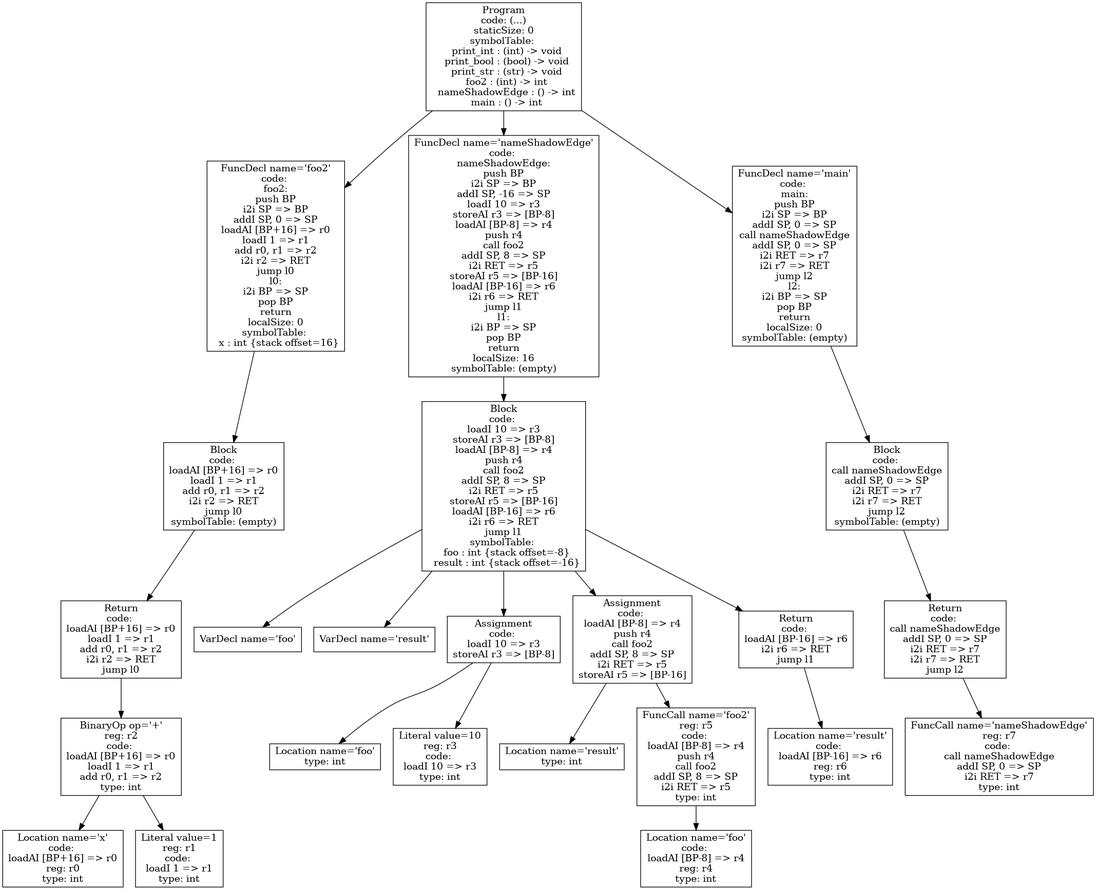
This is p4-codegen/iloc-tree.png from purejerome/cs432_project, a Graphviz export, as it was before one commit. Its source is kept beside it as p4-codegen/iloc-tree.dot. Source of this version:
```dot
digraph AST {
5 [shape=box, label="Location name='x'\ncode: \nloadAI [BP+16] => r0\nreg: r0\ntype: int"];
6 [shape=box, label="Literal value=1\nreg: r1\ncode: \nloadI 1 => r1\ntype: int"];
4 [shape=box, label="BinaryOp op='+'\nreg: r2\ncode: \nloadAI [BP+16] => r0\nloadI 1 => r1\nadd r0, r1 => r2\ntype: int"];
4 -> 5;
4 -> 6;
3 [shape=box, label="Return\ncode: \nloadAI [BP+16] => r0\nloadI 1 => r1\nadd r0, r1 => r2\ni2i r2 => RET\njump l0"];
3 -> 4;
2 [shape=box, label="Block\ncode: \nloadAI [BP+16] => r0\nloadI 1 => r1\nadd r0, r1 => r2\ni2i r2 => RET\njump l0\nsymbolTable: (empty)"];
2 -> 3;
1 [shape=box, label="FuncDecl name='foo2'\ncode: \nfoo2:\npush BP\ni2i SP => BP\naddI SP, 0 => SP\nloadAI [BP+16] => r0\nloadI 1 => r1\nadd r0, r1 => r2\ni2i r2 => RET\njump l0\nl0:\ni2i BP => SP\npop BP\nreturn\nlocalSize: 0\nsymbolTable: \n  x : int {stack offset=16}"];
1 -> 2;
9 [shape=box, label="VarDecl name='foo'"];
10 [shape=box, label="VarDecl name='result'"];
12 [shape=box, label="Location name='foo'\ntype: int"];
13 [shape=box, label="Literal value=10\nreg: r3\ncode: \nloadI 10 => r3\ntype: int"];
11 [shape=box, label="Assignment\ncode: \nloadI 10 => r3\nstoreAI r3 => [BP-8]"];
11 -> 12;
11 -> 13;
15 [shape=box, label="Location name='result'\ntype: int"];
17 [shape=box, label="Location name='foo'\ncode: \nloadAI [BP-8] => r4\nreg: r4\ntype: int"];
16 [shape=box, label="FuncCall name='foo2'\nreg: r5\ncode: \nloadAI [BP-8] => r4\npush r4\ncall foo2\naddI SP, 8 => SP\ni2i RET => r5\ntype: int"];
16 -> 17;
14 [shape=box, label="Assignment\ncode: \nloadAI [BP-8] => r4\npush r4\ncall foo2\naddI SP, 8 => SP\ni2i RET => r5\nstoreAI r5 => [BP-16]"];
14 -> 15;
14 -> 16;
19 [shape=box, label="Location name='result'\ncode: \nloadAI [BP-16] => r6\nreg: r6\ntype: int"];
18 [shape=box, label="Return\ncode: \nloadAI [BP-16] => r6\ni2i r6 => RET\njump l1"];
18 -> 19;
8 [shape=box, label="Block\ncode: \nloadI 10 => r3\nstoreAI r3 => [BP-8]\nloadAI [BP-8] => r4\npush r4\ncall foo2\naddI SP, 8 => SP\ni2i RET => r5\nstoreAI r5 => [BP-16]\nloadAI [BP-16] => r6\ni2i r6 => RET\njump l1\nsymbolTable: \n  foo : int {stack offset=-8}\n  result : int {stack offset=-16}"];
8 -> 9;
8 -> 10;
8 -> 11;
8 -> 14;
8 -> 18;
7 [shape=box, label="FuncDecl name='nameShadowEdge'\ncode: \nnameShadowEdge:\npush BP\ni2i SP => BP\naddI SP, -16 => SP\nloadI 10 => r3\nstoreAI r3 => [BP-8]\nloadAI [BP-8] => r4\npush r4\ncall foo2\naddI SP, 8 => SP\ni2i RET => r5\nstoreAI r5 => [BP-16]\nloadAI [BP-16] => r6\ni2i r6 => RET\njump l1\nl1:\ni2i BP => SP\npop BP\nreturn\nlocalSize: 16\nsymbolTable: (empty)"];
7 -> 8;
23 [shape=box, label="FuncCall name='nameShadowEdge'\nreg: r7\ncode: \ncall nameShadowEdge\naddI SP, 0 => SP\ni2i RET => r7\ntype: int"];
22 [shape=box, label="Return\ncode: \ncall nameShadowEdge\naddI SP, 0 => SP\ni2i RET => r7\ni2i r7 => RET\njump l2"];
22 -> 23;
21 [shape=box, label="Block\ncode: \ncall nameShadowEdge\naddI SP, 0 => SP\ni2i RET => r7\ni2i r7 => RET\njump l2\nsymbolTable: (empty)"];
21 -> 22;
20 [shape=box, label="FuncDecl name='main'\ncode: \nmain:\npush BP\ni2i SP => BP\naddI SP, 0 => SP\ncall nameShadowEdge\naddI SP, 0 => SP\ni2i RET => r7\ni2i r7 => RET\njump l2\nl2:\ni2i BP => SP\npop BP\nreturn\nlocalSize: 0\nsymbolTable: (empty)"];
20 -> 21;
0 [shape=box, label="Program\ncode: (...)\nstaticSize: 0\nsymbolTable: \n  print_int : (int) -> void\n  print_bool : (bool) -> void\n  print_str : (str) -> void\n  foo2 : (int) -> int\n  nameShadowEdge : () -> int\n  main : () -> int"];
0 -> 1;
0 -> 7;
0 -> 20;
}
```
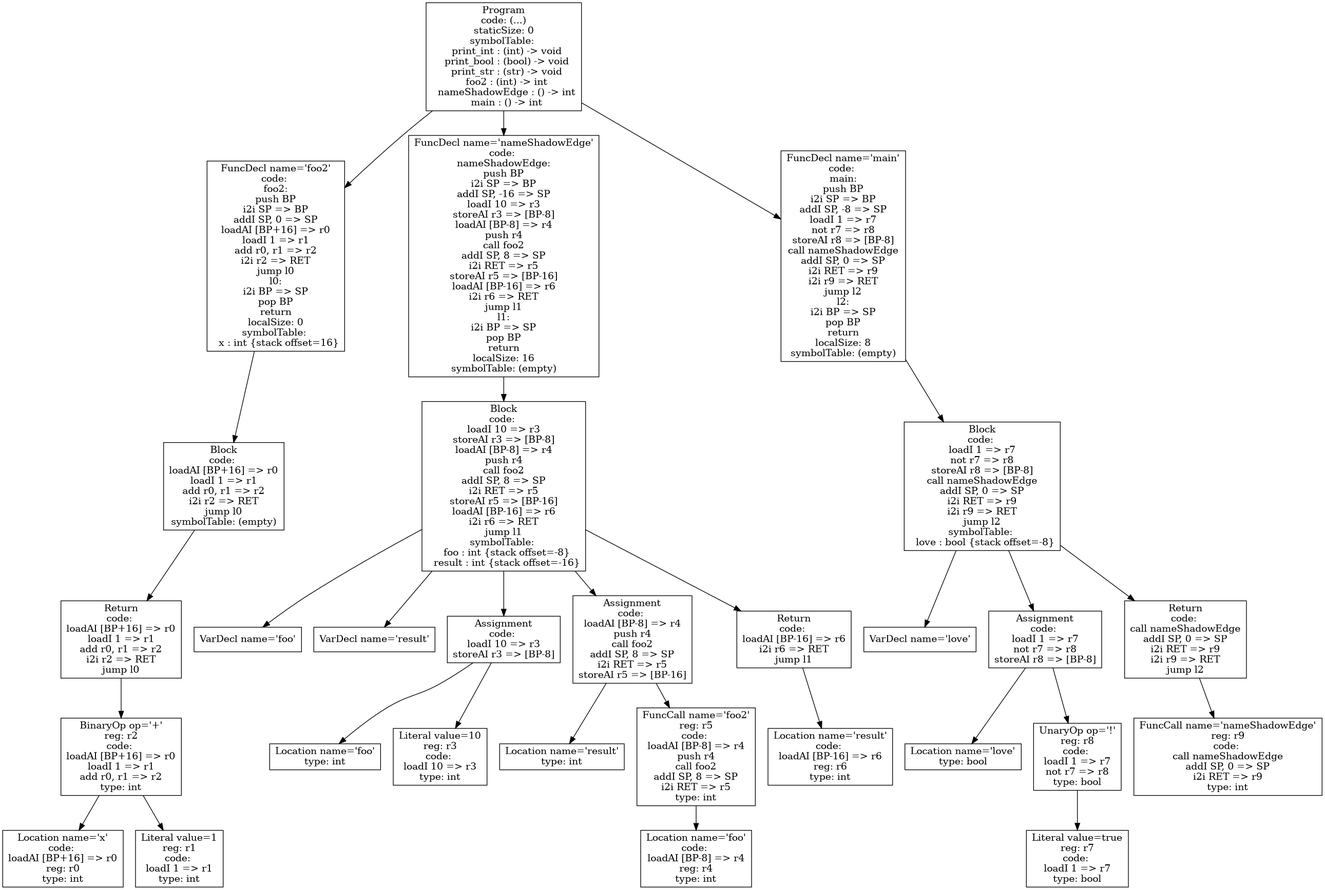
The same file after the commit.

The edit, as a diff of the source:
```diff
@@ -35,12 +35,22 @@
 8 -> 18;
 7 [shape=box, label="FuncDecl name='nameShadowEdge'\ncode: \nnameShadowEdge:\npush BP\ni2i SP => BP\naddI SP, -16 => SP\nloadI 10 => r3\nstoreAI r3 => [BP-8]\nloadAI [BP-8] => r4\npush r4\ncall foo2\naddI SP, 8 => SP\ni2i RET => r5\nstoreAI r5 => [BP-16]\nloadAI [BP-16] => r6\ni2i r6 => RET\njump l1\nl1:\ni2i BP => SP\npop BP\nreturn\nlocalSize: 16\nsymbolTable: (empty)"];
 7 -> 8;
-23 [shape=box, label="FuncCall name='nameShadowEdge'\nreg: r7\ncode: \ncall nameShadowEdge\naddI SP, 0 => SP\ni2i RET => r7\ntype: int"];
-22 [shape=box, label="Return\ncode: \ncall nameShadowEdge\naddI SP, 0 => SP\ni2i RET => r7\ni2i r7 => RET\njump l2"];
-22 -> 23;
-21 [shape=box, label="Block\ncode: \ncall nameShadowEdge\naddI SP, 0 => SP\ni2i RET => r7\ni2i r7 => RET\njump l2\nsymbolTable: (empty)"];
+22 [shape=box, label="VarDecl name='love'"];
+24 [shape=box, label="Location name='love'\ntype: bool"];
+26 [shape=box, label="Literal value=true\nreg: r7\ncode: \nloadI 1 => r7\ntype: bool"];
+25 [shape=box, label="UnaryOp op='!'\nreg: r8\ncode: \nloadI 1 => r7\nnot r7 => r8\ntype: bool"];
+25 -> 26;
+23 [shape=box, label="Assignment\ncode: \nloadI 1 => r7\nnot r7 => r8\nstoreAI r8 => [BP-8]"];
+23 -> 24;
+23 -> 25;
+28 [shape=box, label="FuncCall name='nameShadowEdge'\nreg: r9\ncode: \ncall nameShadowEdge\naddI SP, 0 => SP\ni2i RET => r9\ntype: int"];
+27 [shape=box, label="Return\ncode: \ncall nameShadowEdge\naddI SP, 0 => SP\ni2i RET => r9\ni2i r9 => RET\njump l2"];
+27 -> 28;
+21 [shape=box, label="Block\ncode: \nloadI 1 => r7\nnot r7 => r8\nstoreAI r8 => [BP-8]\ncall nameShadowEdge\naddI SP, 0 => SP\ni2i RET => r9\ni2i r9 => RET\njump l2\nsymbolTable: \n  love : bool {stack offset=-8}"];
 21 -> 22;
-20 [shape=box, label="FuncDecl name='main'\ncode: \nmain:\npush BP\ni2i SP => BP\naddI SP, 0 => SP\ncall nameShadowEdge\naddI SP, 0 => SP\ni2i RET => r7\ni2i r7 => RET\njump l2\nl2:\ni2i BP => SP\npop BP\nreturn\nlocalSize: 0\nsymbolTable: (empty)"];
+21 -> 23;
+21 -> 27;
+20 [shape=box, label="FuncDecl name='main'\ncode: \nmain:\npush BP\ni2i SP => BP\naddI SP, -8 => SP\nloadI 1 => r7\nnot r7 => r8\nstoreAI r8 => [BP-8]\ncall nameShadowEdge\naddI SP, 0 => SP\ni2i RET => r9\ni2i r9 => RET\njump l2\nl2:\ni2i BP => SP\npop BP\nreturn\nlocalSize: 8\nsymbolTable: (empty)"];
 20 -> 21;
 0 [shape=box, label="Program\ncode: (...)\nstaticSize: 0\nsymbolTable: \n  print_int : (int) -> void\n  print_bool : (bool) -> void\n  print_str : (str) -> void\n  foo2 : (int) -> int\n  nameShadowEdge : () -> int\n  main : () -> int"];
 0 -> 1;
```
